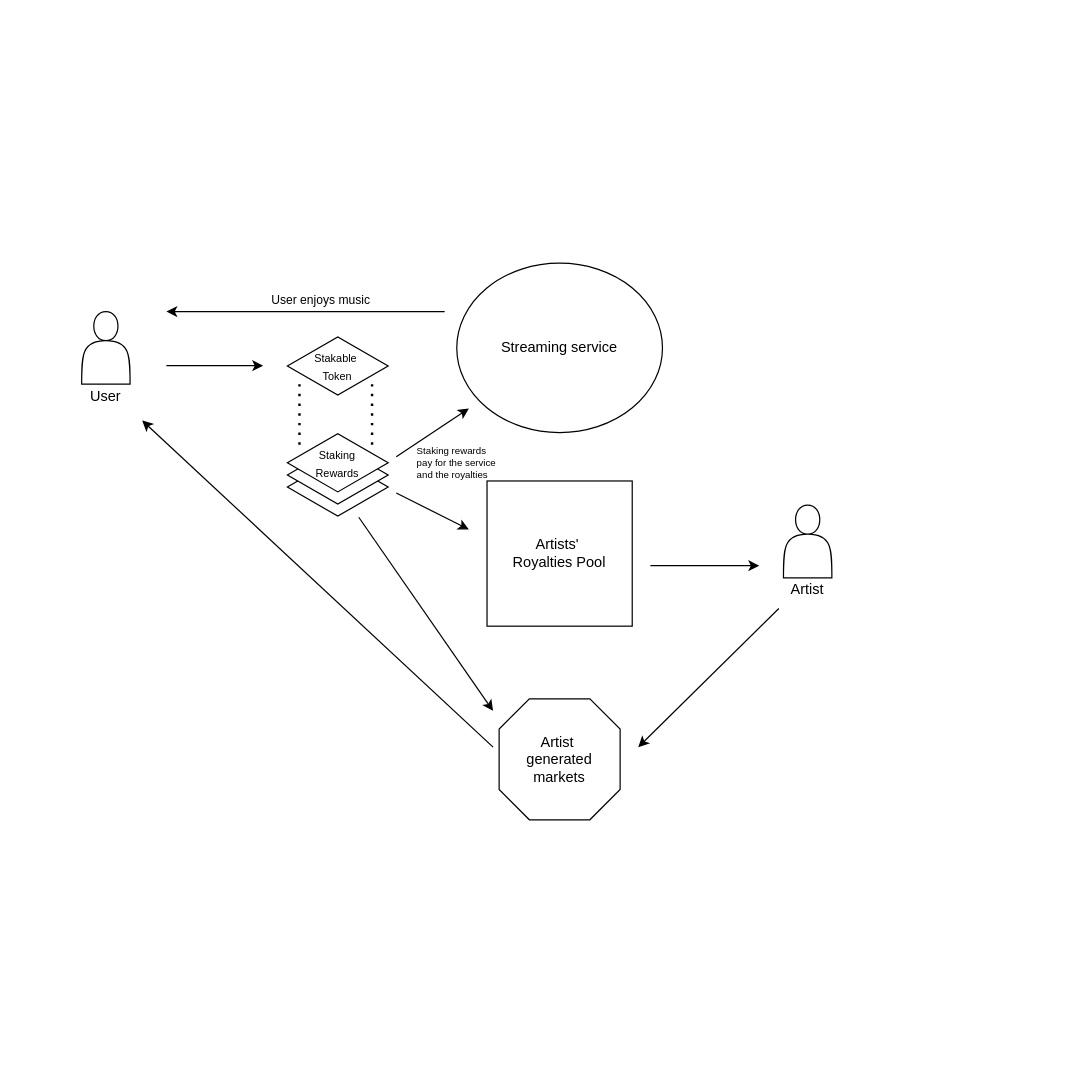
This is Untitled Diagram.drawio from FerMusicComposer/FerWebsite, a draw.io file, before an edit. Source tidied: cells renumbered, new cells numbered last; positions are measured from the earlier drawing's top-left corner, leaving out a move shared by most shapes. Both pictures are drawn from the tidied source at 121%, with x=0, y=0 at pixel (81, 263).
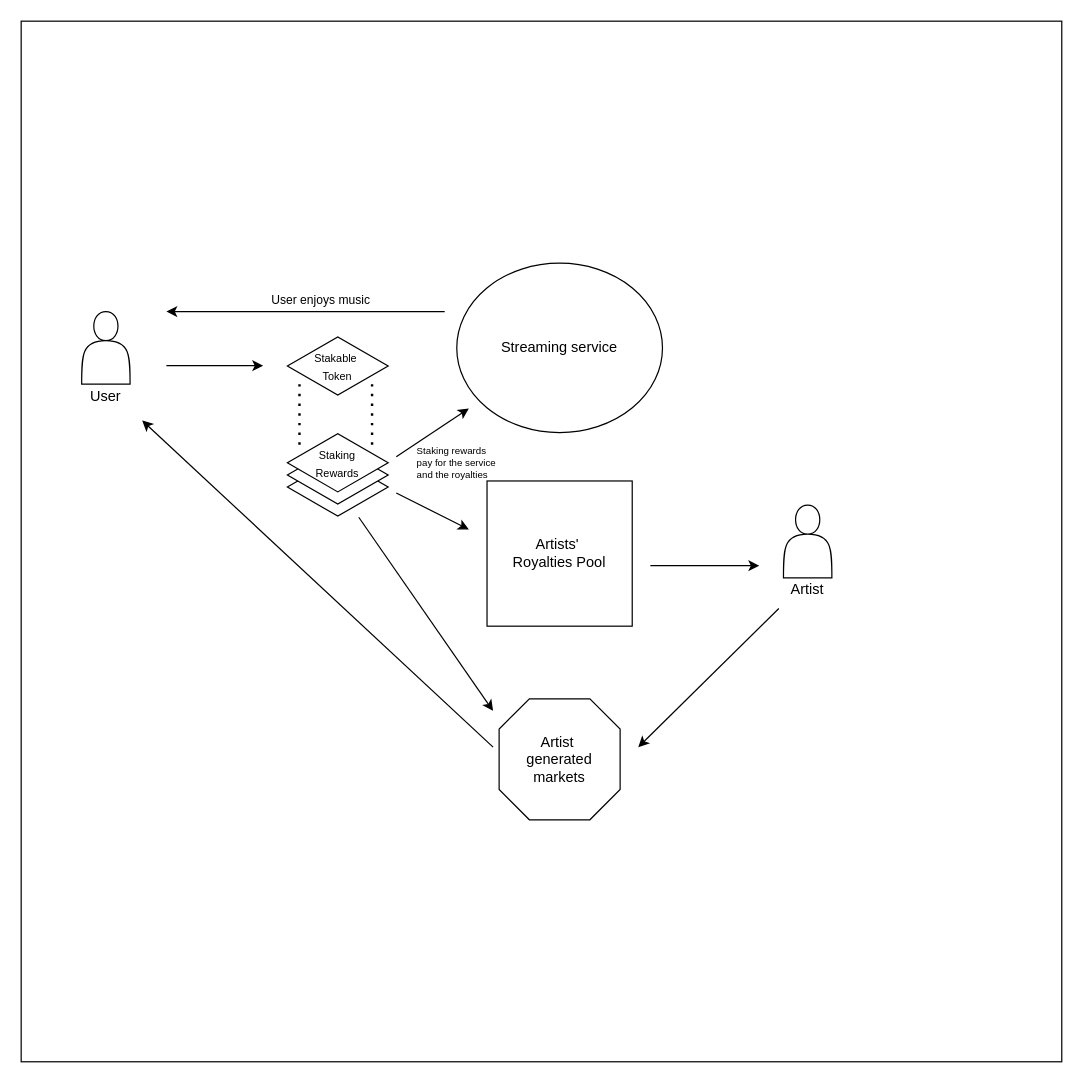
After the change.

The edit, as a diff of the source:
```diff
@@
+    <mxCell id="26" style="whiteSpace=wrap;html=1;" parent="1" vertex="1">
+      <mxGeometry x="-50" y="-200" width="860" height="860" as="geometry" />
+    </mxCell>
```
